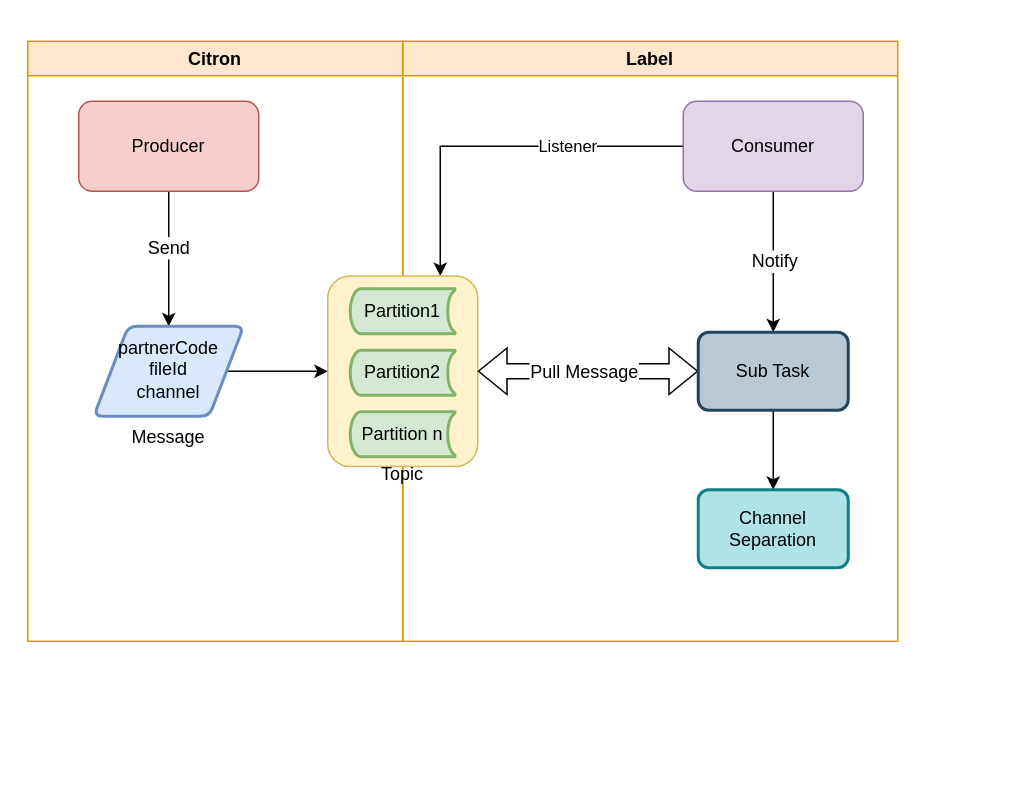
Above: 外呼-标注数据接入流程.drawio in gumuqi/draw.io (draw.io), before the change. Source tidied: cells renumbered, new cells numbered last; positions are measured from the earlier drawing's top-left corner, leaving out a move shared by most shapes. Both pictures are drawn from the tidied source at 150%, with x=0, y=0 at pixel (27, 40).
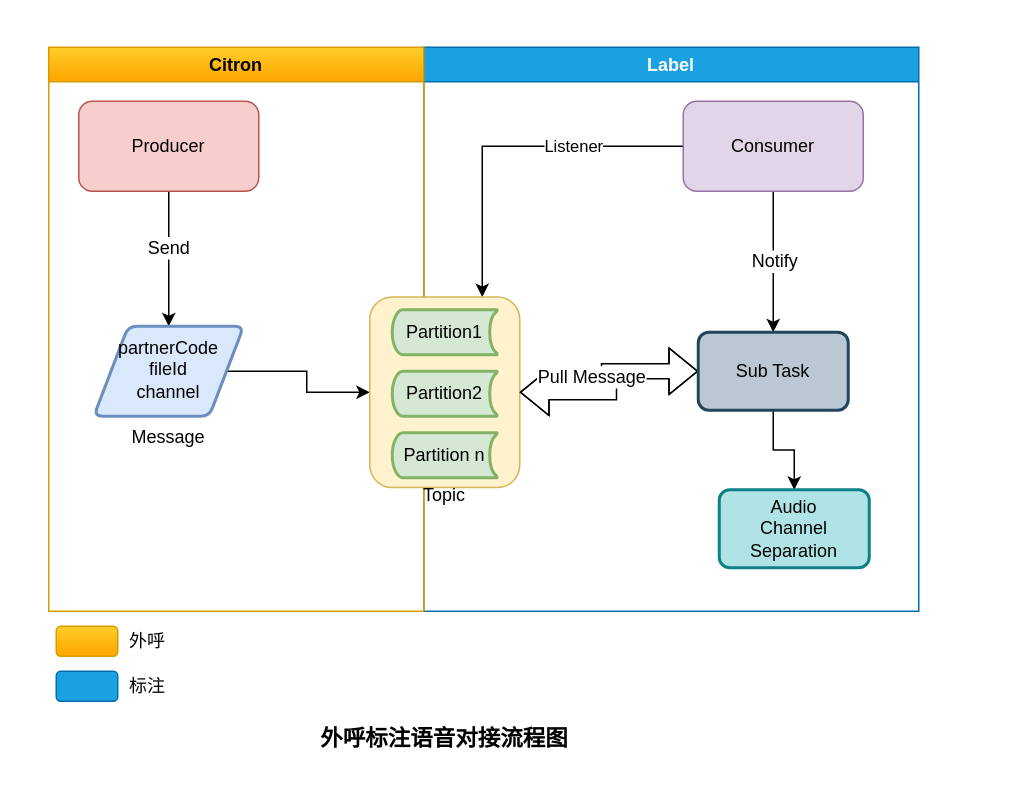
Above is the later version.

Commit message:
更新外呼-标注数据接入流程.drawio

What changed in the source:
```diff
@@
+    <mxCell id="25" style="rounded=1;whiteSpace=wrap;html=1;absoluteArcSize=1;arcSize=14;strokeWidth=2;shadow=0;strokeColor=none;" parent="1" vertex="1">
+      <mxGeometry x="-1" y="-10" width="640" height="490" as="geometry" />
+    </mxCell>
-    <mxCell id="2" value="Label" style="swimlane;rounded=0;shadow=0;fillColor=#ffe6cc;strokeColor=#d79b00;" parent="1" vertex="1">
-      <mxGeometry x="250" width="330" height="400" as="geometry" />
+    <mxCell id="2" value="Label" style="swimlane;rounded=0;shadow=0;fillColor=#1ba1e2;strokeColor=#006EAF;fontColor=#ffffff;" parent="1" vertex="1">
+      <mxGeometry x="264" y="4" width="330" height="376" as="geometry" />
     </mxCell>
-    <mxCell id="3" value="Citron" style="swimlane;rounded=0;shadow=0;fillColor=#ffe6cc;strokeColor=#d79b00;" parent="1" vertex="1">
-      <mxGeometry width="250" height="400" as="geometry" />
+    <mxCell id="3" value="Citron" style="swimlane;rounded=0;shadow=0;fillColor=#ffcd28;strokeColor=#d79b00;gradientColor=#ffa500;" parent="1" vertex="1">
+      <mxGeometry x="14" y="4" width="250" height="376" as="geometry" />
     </mxCell>
@@
     <mxCell id="14" style="whiteSpace=wrap;html=1;rounded=1;fillColor=#fff2cc;strokeColor=#d6b656;" parent="1" vertex="1">
-      <mxGeometry x="200" y="156.5" width="100" height="127" as="geometry" />
+      <mxGeometry x="228" y="170.5" width="100" height="127" as="geometry" />
     </mxCell>
     <mxCell id="15" value="Partition1" style="strokeWidth=2;html=1;shape=mxgraph.flowchart.stored_data;whiteSpace=wrap;rounded=1;fillColor=#d5e8d4;strokeColor=#82b366;" parent="1" vertex="1">
-      <mxGeometry x="215" y="165" width="70" height="30" as="geometry" />
+      <mxGeometry x="243" y="179" width="70" height="30" as="geometry" />
     </mxCell>
     <mxCell id="16" value="Partition2" style="strokeWidth=2;html=1;shape=mxgraph.flowchart.stored_data;whiteSpace=wrap;rounded=1;fillColor=#d5e8d4;strokeColor=#82b366;" parent="1" vertex="1">
-      <mxGeometry x="215" y="206" width="70" height="30" as="geometry" />
+      <mxGeometry x="243" y="220" width="70" height="30" as="geometry" />
     </mxCell>
     <mxCell id="17" value="Partition n" style="strokeWidth=2;html=1;shape=mxgraph.flowchart.stored_data;whiteSpace=wrap;rounded=1;fillColor=#d5e8d4;strokeColor=#82b366;" parent="1" vertex="1">
-      <mxGeometry x="215" y="247" width="70" height="30" as="geometry" />
+      <mxGeometry x="243" y="261" width="70" height="30" as="geometry" />
     </mxCell>
     <mxCell id="18" value="Topic" style="text;html=1;strokeColor=none;fillColor=none;align=center;verticalAlign=middle;whiteSpace=wrap;rounded=0;" parent="1" vertex="1">
-      <mxGeometry x="230" y="279" width="40" height="20" as="geometry" />
+      <mxGeometry x="258" y="293" width="40" height="20" as="geometry" />
     </mxCell>
@@
-    <mxCell id="24" value="Channel Separation" style="rounded=1;whiteSpace=wrap;html=1;absoluteArcSize=1;arcSize=14;strokeWidth=2;fillColor=#b0e3e6;strokeColor=#0e8088;" parent="1" vertex="1">
-      <mxGeometry x="447" y="299" width="100" height="52" as="geometry" />
+    <mxCell id="24" value="Audio&lt;br&gt;Channel Separation" style="rounded=1;whiteSpace=wrap;html=1;absoluteArcSize=1;arcSize=14;strokeWidth=2;fillColor=#b0e3e6;strokeColor=#0e8088;" parent="1" vertex="1">
+      <mxGeometry x="461" y="299" width="100" height="52" as="geometry" />
     </mxCell>
+    <mxCell id="26" value="&lt;b&gt;&lt;font style=&quot;font-size: 15px&quot;&gt;外呼标注语音对接流程图&lt;/font&gt;&lt;/b&gt;" style="text;html=1;strokeColor=none;fillColor=none;align=center;verticalAlign=middle;whiteSpace=wrap;rounded=0;shadow=0;" parent="1" vertex="1">
+      <mxGeometry x="183" y="454" width="190" height="20" as="geometry" />
+    </mxCell>
+    <mxCell id="27" style="rounded=1;whiteSpace=wrap;html=1;shadow=0;gradientColor=#ffa500;fillColor=#ffcd28;strokeColor=#d79b00;" parent="1" vertex="1">
+      <mxGeometry x="19" y="390" width="41" height="20" as="geometry" />
+    </mxCell>
+    <mxCell id="28" style="rounded=1;whiteSpace=wrap;html=1;shadow=0;fillColor=#1ba1e2;strokeColor=#006EAF;fontColor=#ffffff;" parent="1" vertex="1">
+      <mxGeometry x="19" y="420" width="41" height="20" as="geometry" />
+    </mxCell>
+    <mxCell id="29" value="外呼" style="text;html=1;strokeColor=none;fillColor=none;align=center;verticalAlign=middle;whiteSpace=wrap;rounded=0;shadow=0;" parent="1" vertex="1">
+      <mxGeometry x="60" y="390" width="40" height="20" as="geometry" />
+    </mxCell>
+    <mxCell id="30" value="标注" style="text;html=1;strokeColor=none;fillColor=none;align=center;verticalAlign=middle;whiteSpace=wrap;rounded=0;shadow=0;" parent="1" vertex="1">
+      <mxGeometry x="60" y="420" width="40" height="20" as="geometry" />
+    </mxCell>
```
